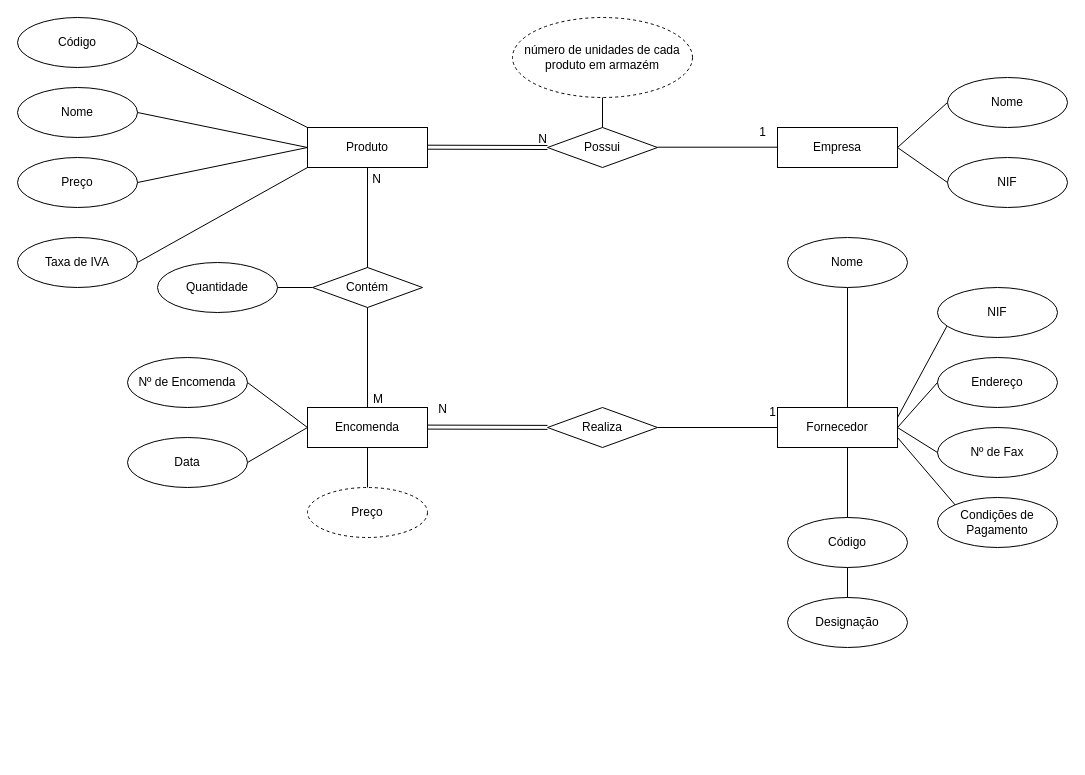
Above: BD/Aula02/ex1.drawio in joaoafonso02/Ano3-ECT (draw.io), before the change. Source tidied: cells renumbered, new cells numbered last; positions are measured from the earlier drawing's top-left corner, leaving out a move shared by most shapes. Both pictures are drawn from the tidied source at 100%, with x=0, y=0 at pixel (17, 17).
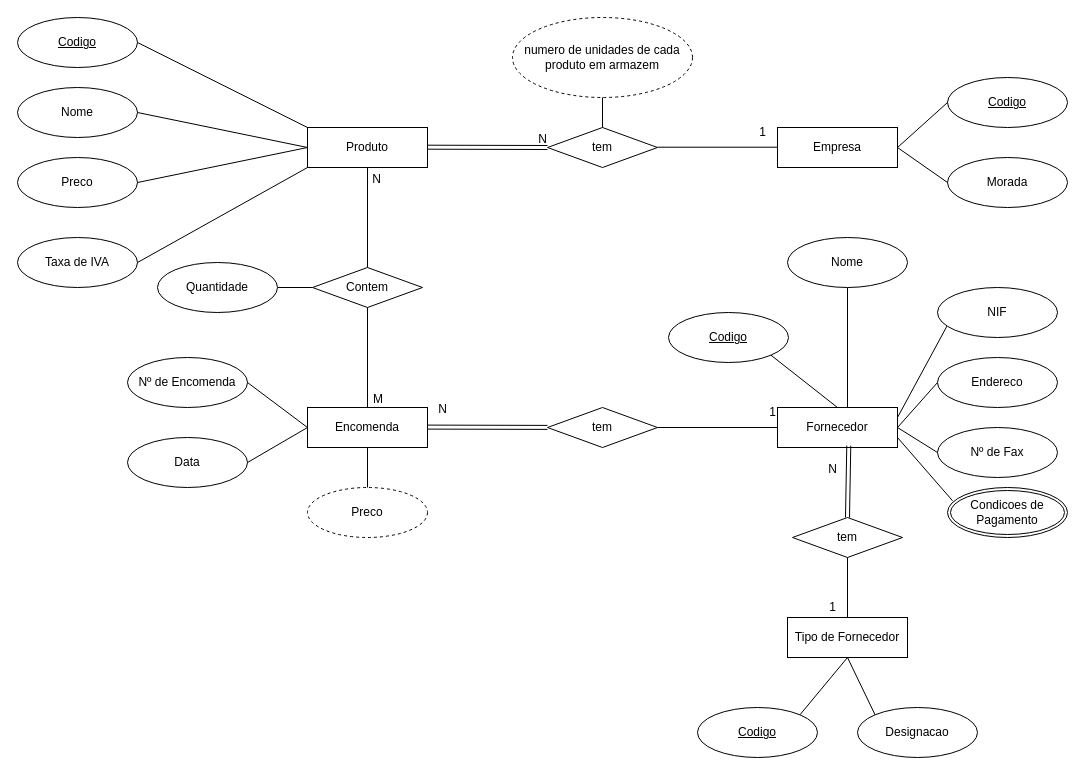
After the change.

Unchanged cells that the change refers to:
```xml
<mxCell id="37" value="Fornecedor" style="rounded=0;whiteSpace=wrap;html=1;" parent="1" vertex="1">
  <mxGeometry x="760" y="390" width="120" height="40" as="geometry" />
</mxCell>
```

The edit, as a diff of the source:
```diff
@@
-    <mxCell id="3" value="Código" style="ellipse;whiteSpace=wrap;html=1;" parent="1" vertex="1">
+    <mxCell id="3" value="&lt;u&gt;Codigo&lt;/u&gt;" style="ellipse;whiteSpace=wrap;html=1;" parent="1" vertex="1">
       <mxGeometry width="120" height="50" as="geometry" />
     </mxCell>
@@
-    <mxCell id="5" value="Preço" style="ellipse;whiteSpace=wrap;html=1;" parent="1" vertex="1">
+    <mxCell id="5" value="Preco" style="ellipse;whiteSpace=wrap;html=1;" parent="1" vertex="1">
       <mxGeometry y="140" width="120" height="50" as="geometry" />
     </mxCell>
@@
-    <mxCell id="7" value="&lt;div style=&quot;&quot; title=&quot;Page 1&quot; class=&quot;page&quot;&gt;&lt;div class=&quot;layoutArea&quot;&gt;&lt;div class=&quot;column&quot;&gt;número de unidades de cada produto em armazém&lt;/div&gt;&lt;/div&gt;&lt;/div&gt;" style="dashed=1;ellipse;whiteSpace=wrap;html=1;align=center;" parent="1" vertex="1">
+    <mxCell id="7" value="&lt;div style=&quot;&quot; title=&quot;Page 1&quot; class=&quot;page&quot;&gt;&lt;div class=&quot;layoutArea&quot;&gt;&lt;div class=&quot;column&quot;&gt;numero de unidades de cada produto em armazem&lt;/div&gt;&lt;/div&gt;&lt;/div&gt;" style="dashed=1;ellipse;whiteSpace=wrap;html=1;align=center;" parent="1" vertex="1">
       <mxGeometry x="495" width="180" height="80" as="geometry" />
     </mxCell>
@@
-    <mxCell id="12" value="Possui" style="rhombus;whiteSpace=wrap;html=1;" parent="1" vertex="1">
+    <mxCell id="12" value="tem" style="rhombus;whiteSpace=wrap;html=1;" parent="1" vertex="1">
       <mxGeometry x="530" y="110" width="110" height="40" as="geometry" />
     </mxCell>
@@
-    <mxCell id="19" value="NIF" style="ellipse;whiteSpace=wrap;html=1;" parent="1" vertex="1">
+    <mxCell id="19" value="Morada" style="ellipse;whiteSpace=wrap;html=1;" parent="1" vertex="1">
       <mxGeometry x="930" y="140" width="120" height="50" as="geometry" />
     </mxCell>
-    <mxCell id="20" value="Nome" style="ellipse;whiteSpace=wrap;html=1;" parent="1" vertex="1">
+    <mxCell id="20" value="&lt;u&gt;Codigo&lt;/u&gt;" style="ellipse;whiteSpace=wrap;html=1;" parent="1" vertex="1">
       <mxGeometry x="930" y="60" width="120" height="50" as="geometry" />
     </mxCell>
@@
-    <mxCell id="24" value="Contém" style="rhombus;whiteSpace=wrap;html=1;" parent="1" vertex="1">
+    <mxCell id="24" value="Contem" style="rhombus;whiteSpace=wrap;html=1;" parent="1" vertex="1">
       <mxGeometry x="295" y="250" width="110" height="40" as="geometry" />
     </mxCell>
@@
-    <mxCell id="31" value="Preço" style="dashed=1;ellipse;whiteSpace=wrap;html=1;" parent="1" vertex="1">
+    <mxCell id="31" value="Preco" style="dashed=1;ellipse;whiteSpace=wrap;html=1;" parent="1" vertex="1">
       <mxGeometry x="290" y="470" width="120" height="50" as="geometry" />
     </mxCell>
@@
-    <mxCell id="36" value="Realiza" style="rhombus;whiteSpace=wrap;html=1;" parent="1" vertex="1">
+    <mxCell id="36" value="tem" style="rhombus;whiteSpace=wrap;html=1;" parent="1" vertex="1">
       <mxGeometry x="530" y="390" width="110" height="40" as="geometry" />
     </mxCell>
@@
-    <mxCell id="41" value="Código" style="ellipse;whiteSpace=wrap;html=1;" parent="1" vertex="1">
-      <mxGeometry x="770" y="500" width="120" height="50" as="geometry" />
+    <mxCell id="41" value="&lt;u&gt;Codigo&lt;/u&gt;" style="ellipse;whiteSpace=wrap;html=1;" parent="1" vertex="1">
+      <mxGeometry x="680" y="690" width="120" height="50" as="geometry" />
     </mxCell>
-    <mxCell id="42" value="Endereço" style="ellipse;whiteSpace=wrap;html=1;" parent="1" vertex="1">
+    <mxCell id="42" value="Endereco" style="ellipse;whiteSpace=wrap;html=1;" parent="1" vertex="1">
       <mxGeometry x="920" y="340" width="120" height="50" as="geometry" />
     </mxCell>
@@
-    <mxCell id="44" value="Condições de Pagamento" style="ellipse;whiteSpace=wrap;html=1;" parent="1" vertex="1">
-      <mxGeometry x="920" y="480" width="120" height="50" as="geometry" />
-    </mxCell>
-    <mxCell id="45" value="Designação" style="ellipse;whiteSpace=wrap;html=1;" parent="1" vertex="1">
-      <mxGeometry x="770" y="580" width="120" height="50" as="geometry" />
+    <mxCell id="45" value="Designacao" style="ellipse;whiteSpace=wrap;html=1;" parent="1" vertex="1">
+      <mxGeometry x="840" y="690" width="120" height="50" as="geometry" />
     </mxCell>
@@
-    <mxCell id="47" style="endArrow=none;html=1;rounded=0;exitX=0.75;exitY=1;exitDx=0;exitDy=0;entryX=0.5;entryY=0;entryDx=0;entryDy=0;" parent="1" edge="1" target="41">
-      <mxGeometry relative="1" as="geometry">
-        <mxPoint x="830" y="430" as="sourcePoint" />
-      </mxGeometry>
-    </mxCell>
-    <mxCell id="48" style="endArrow=none;html=1;rounded=0;entryX=0.5;entryY=1;entryDx=0;entryDy=0;exitX=0.5;exitY=0;exitDx=0;exitDy=0;" parent="1" edge="1" source="45" target="41">
+    <mxCell id="48" style="endArrow=none;html=1;rounded=0;exitX=1;exitY=0;exitDx=0;exitDy=0;entryX=0.5;entryY=1;entryDx=0;entryDy=0;" parent="1" edge="1" source="41" target="60">
       <mxGeometry relative="1" as="geometry" />
     </mxCell>
@@
-    <mxCell id="52" style="endArrow=none;html=1;rounded=0;exitX=1;exitY=0.75;exitDx=0;exitDy=0;entryX=0;entryY=0;entryDx=0;entryDy=0;" parent="1" edge="1" source="37" target="44">
+    <mxCell id="52" style="endArrow=none;html=1;rounded=0;exitX=1;exitY=0.75;exitDx=0;exitDy=0;entryX=0.042;entryY=0.265;entryDx=0;entryDy=0;entryPerimeter=0;" parent="1" edge="1" source="37" target="57">
       <mxGeometry relative="1" as="geometry" />
     </mxCell>
@@
+    <mxCell id="57" value="Condicoes de Pagamento" style="ellipse;shape=doubleEllipse;margin=3;whiteSpace=wrap;html=1;align=center;" parent="1" vertex="1">
+      <mxGeometry x="930" y="470" width="120" height="50" as="geometry" />
+    </mxCell>
+    <mxCell id="58" value="&lt;u&gt;Codigo&lt;/u&gt;" style="ellipse;whiteSpace=wrap;html=1;" parent="1" vertex="1">
+      <mxGeometry x="651" y="295" width="120" height="50" as="geometry" />
+    </mxCell>
+    <mxCell id="59" style="endArrow=none;html=1;rounded=0;exitX=1;exitY=1;exitDx=0;exitDy=0;entryX=0.5;entryY=0;entryDx=0;entryDy=0;" parent="1" edge="1" source="58" target="37">
+      <mxGeometry relative="1" as="geometry" />
+    </mxCell>
+    <mxCell id="60" value="Tipo de Fornecedor" style="rounded=0;whiteSpace=wrap;html=1;" parent="1" vertex="1">
+      <mxGeometry x="770" y="600" width="120" height="40" as="geometry" />
+    </mxCell>
+    <mxCell id="61" style="endArrow=none;html=1;rounded=0;exitX=0;exitY=0;exitDx=0;exitDy=0;entryX=0.5;entryY=1;entryDx=0;entryDy=0;" parent="1" edge="1" source="45" target="60">
+      <mxGeometry relative="1" as="geometry" />
+    </mxCell>
+    <mxCell id="62" style="shape=link;html=1;rounded=0;exitX=0.594;exitY=0.956;exitDx=0;exitDy=0;exitPerimeter=0;entryX=0.5;entryY=0;entryDx=0;entryDy=0;" parent="1" edge="1" source="37" target="64">
+      <mxGeometry relative="1" as="geometry" />
+    </mxCell>
+    <mxCell id="63" value="N" style="html=1;align=right;verticalAlign=bottom;" parent="62" vertex="1">
+      <mxGeometry x="1" relative="1" as="geometry">
+        <mxPoint x="-10" y="-40" as="offset" />
+      </mxGeometry>
+    </mxCell>
+    <mxCell id="64" value="tem" style="rhombus;whiteSpace=wrap;html=1;" parent="1" vertex="1">
+      <mxGeometry x="775" y="500" width="110" height="40" as="geometry" />
+    </mxCell>
+    <mxCell id="65" style="endArrow=none;html=1;rounded=0;exitX=0.5;exitY=1;exitDx=0;exitDy=0;entryX=0.5;entryY=0;entryDx=0;entryDy=0;" parent="1" edge="1" source="64" target="60">
+      <mxGeometry relative="1" as="geometry" />
+    </mxCell>
+    <mxCell id="66" value="1" style="text;html=1;align=center;verticalAlign=middle;strokeColor=none;fillColor=none;" parent="1" vertex="1">
+      <mxGeometry x="800" y="575" width="30" height="30" as="geometry" />
+    </mxCell>
```
